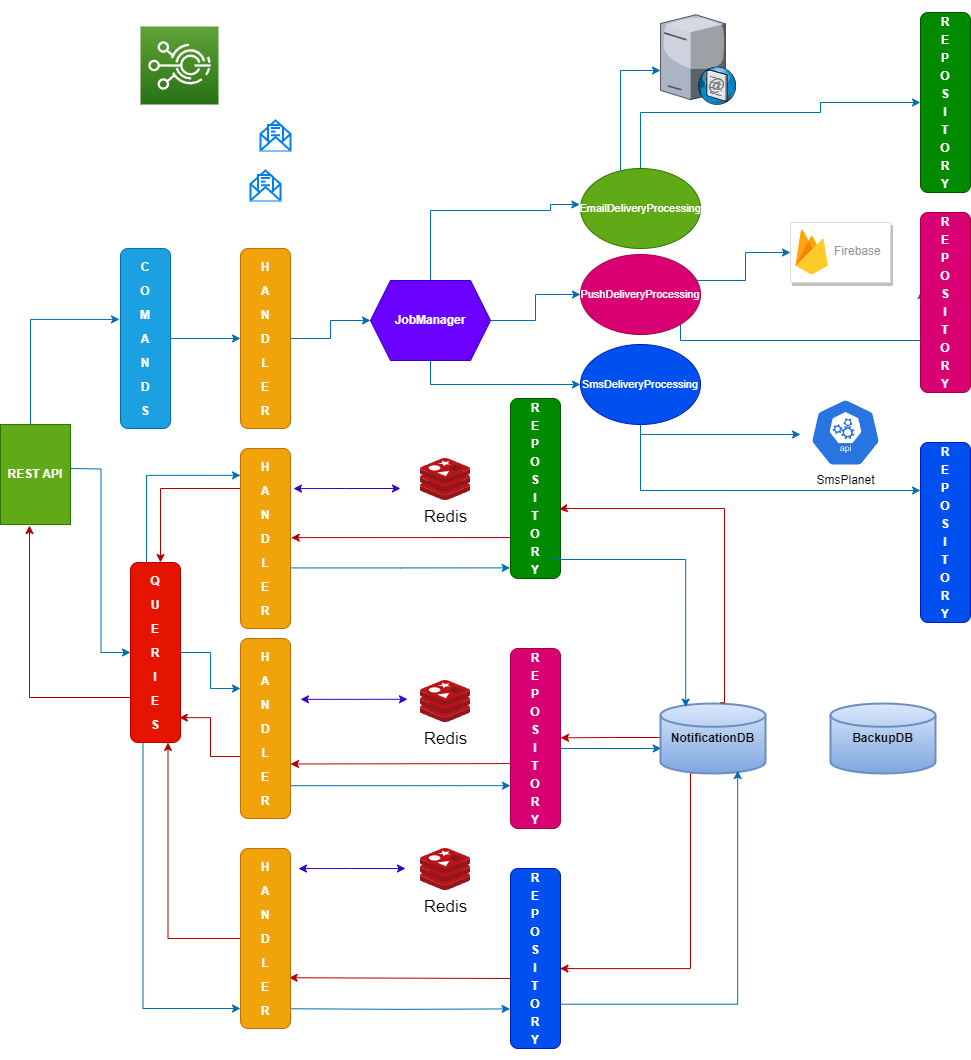
Above: ArchitectureDiagram.drawio.png in solowiejmaciej/EmailService (draw.io), before the change. Source tidied: cells renumbered, new cells last; positions are measured from the earlier drawing's top-left corner, leaving out a move shared by most shapes.
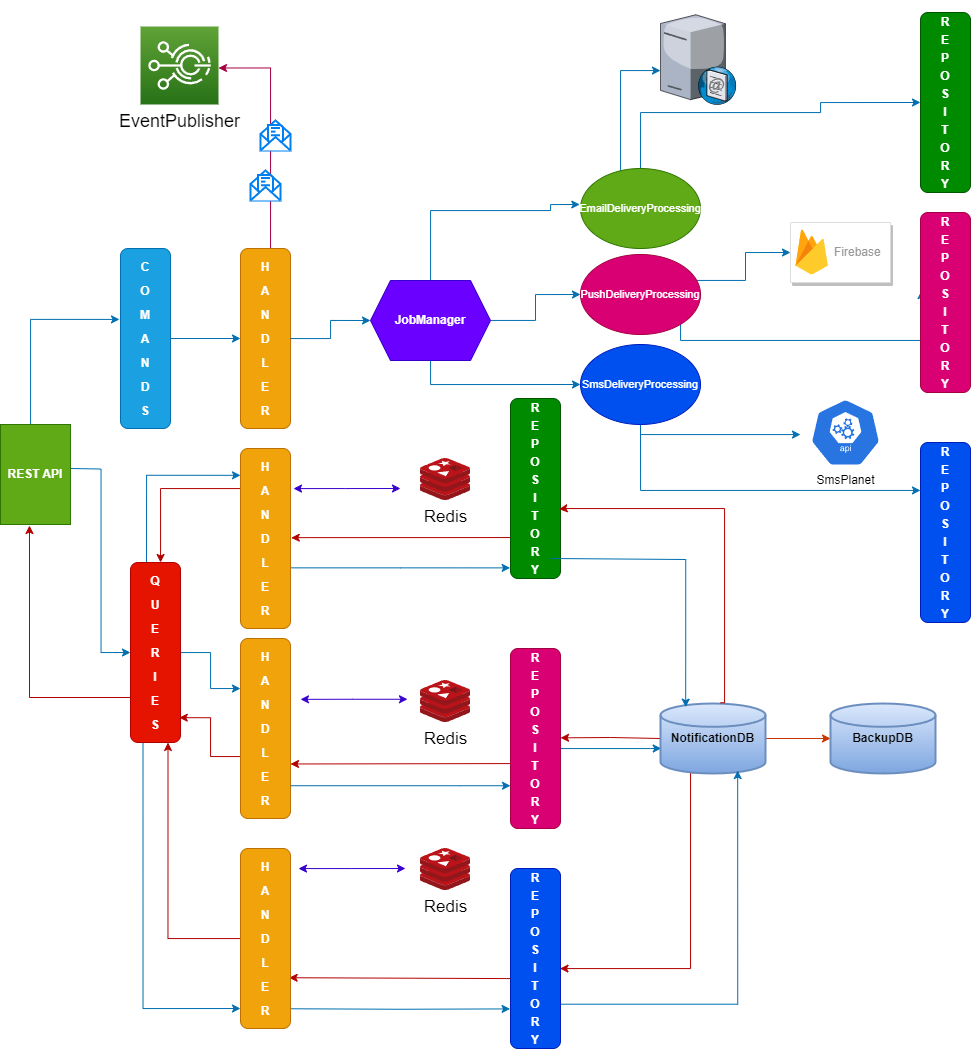
After the commit.

The edit, as a diff of the source:
```diff
@@ -23,7 +23,7 @@
     <mxCell id="6" value="&lt;p style=&quot;line-height: 200%;&quot;&gt;&lt;b&gt;C&lt;br&gt;O&lt;br&gt;M&lt;br&gt;A&lt;br&gt;N&lt;br&gt;D&lt;br&gt;S&lt;/b&gt;&lt;/p&gt;" style="rounded=1;whiteSpace=wrap;html=1;fillColor=#1ba1e2;fontColor=#ffffff;strokeColor=#006EAF;" parent="1" vertex="1">
       <mxGeometry x="120" y="236" width="50" height="180" as="geometry" />
     </mxCell>
-    <mxCell id="7" style="edgeStyle=orthogonalEdgeStyle;rounded=0;orthogonalLoop=1;jettySize=auto;html=1;exitX=0.385;exitY=-0.014;exitDx=0;exitDy=0;exitPerimeter=0;strokeColor=#FFFFFF;" parent="1" edge="1">
+    <mxCell id="7" style="edgeStyle=orthogonalEdgeStyle;rounded=0;orthogonalLoop=1;jettySize=auto;html=1;exitX=0.385;exitY=-0.014;exitDx=0;exitDy=0;exitPerimeter=0;fillColor=#d80073;strokeColor=#A50040;" parent="1" edge="1">
       <mxGeometry relative="1" as="geometry">
         <mxPoint x="259.2" y="236" as="sourcePoint" />
         <mxPoint x="218" y="55.5" as="targetPoint" />
@@ -107,7 +107,7 @@
         </Array>
       </mxGeometry>
     </mxCell>
-    <mxCell id="21" style="edgeStyle=orthogonalEdgeStyle;rounded=0;jettySize=auto;html=1;entryX=0;entryY=0.5;entryDx=0;entryDy=0;entryPerimeter=0;strokeColor=#FFFFFF;" parent="1" edge="1" source="22" target="67">
+    <mxCell id="21" style="edgeStyle=orthogonalEdgeStyle;rounded=0;jettySize=auto;html=1;entryX=0;entryY=0.5;entryDx=0;entryDy=0;entryPerimeter=0;fillColor=#fa6800;strokeColor=#C73500;" parent="1" edge="1" source="22" target="67">
       <mxGeometry relative="1" as="geometry" />
     </mxCell>
     <mxCell id="22" value="&lt;font color=&quot;#000000&quot;&gt;&lt;b&gt;NotificationDB&lt;/b&gt;&lt;/font&gt;" style="strokeWidth=2;html=1;shape=mxgraph.flowchart.database;whiteSpace=wrap;fillColor=#dae8fc;gradientColor=#7ea6e0;strokeColor=#6c8ebf;" parent="1" vertex="1">
@@ -329,7 +329,7 @@
         </Array>
       </mxGeometry>
     </mxCell>
-    <mxCell id="62" value="&lt;font color=&quot;#ffffff&quot; style=&quot;font-size: 18px;&quot;&gt;EventPublisher&lt;/font&gt;" style="sketch=0;fontColor=#232F3E;gradientColor=#60A337;gradientDirection=north;fillColor=#277116;strokeColor=#ffffff;dashed=0;verticalLabelPosition=bottom;verticalAlign=top;align=center;html=1;fontSize=12;fontStyle=0;shape=mxgraph.aws4.resourceIcon;resIcon=mxgraph.aws4.iot_events;" parent="1" vertex="1">
+    <mxCell id="62" value="&lt;font color=&quot;#000000&quot; style=&quot;font-size: 18px;&quot;&gt;EventPublisher&lt;/font&gt;" style="sketch=0;fontColor=#232F3E;gradientColor=#60A337;gradientDirection=north;fillColor=#277116;strokeColor=#ffffff;dashed=0;verticalLabelPosition=bottom;verticalAlign=top;align=center;html=1;fontSize=12;fontStyle=0;shape=mxgraph.aws4.resourceIcon;resIcon=mxgraph.aws4.iot_events;" parent="1" vertex="1">
       <mxGeometry x="140" y="14" width="78" height="78" as="geometry" />
     </mxCell>
     <mxCell id="63" style="html=1;verticalLabelPosition=bottom;align=center;labelBackgroundColor=#ffffff;verticalAlign=top;strokeWidth=2;strokeColor=#0080F0;shadow=0;dashed=0;shape=mxgraph.ios7.icons.envelope_(message);" parent="1" vertex="1">
```
